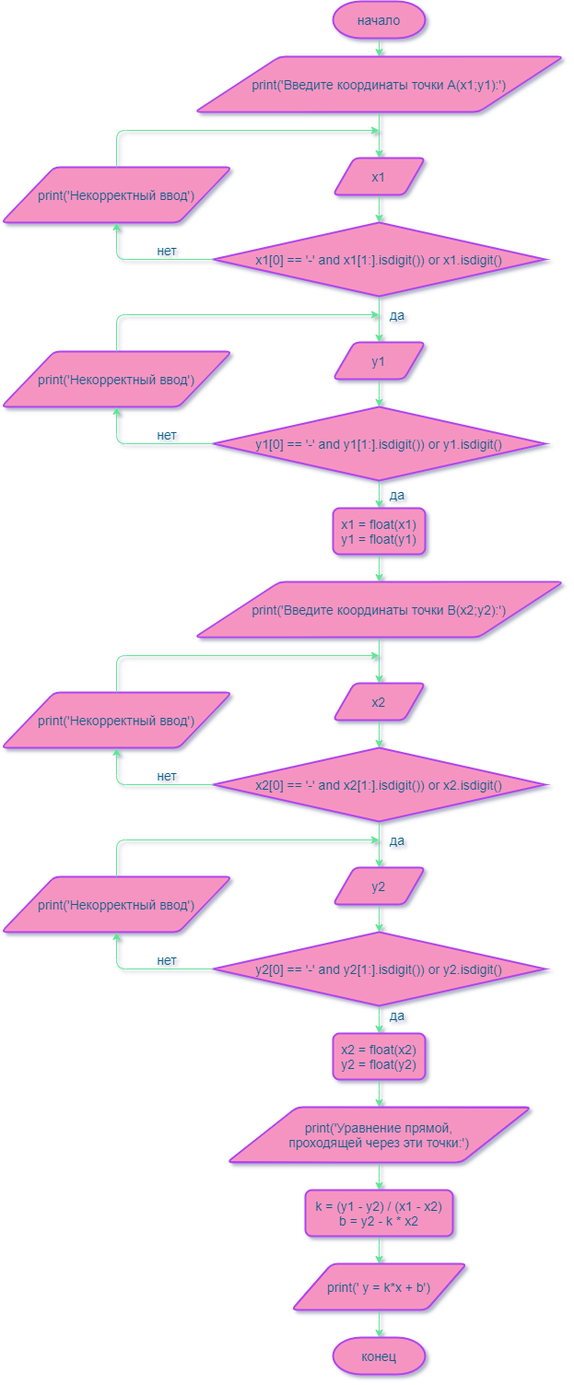
Above: exercise_3.png in impreza555/Python_algorithms (draw.io), before the change. Source tidied: cells renumbered, new cells last; positions are measured from the earlier drawing's top-left corner, leaving out a move shared by most shapes.
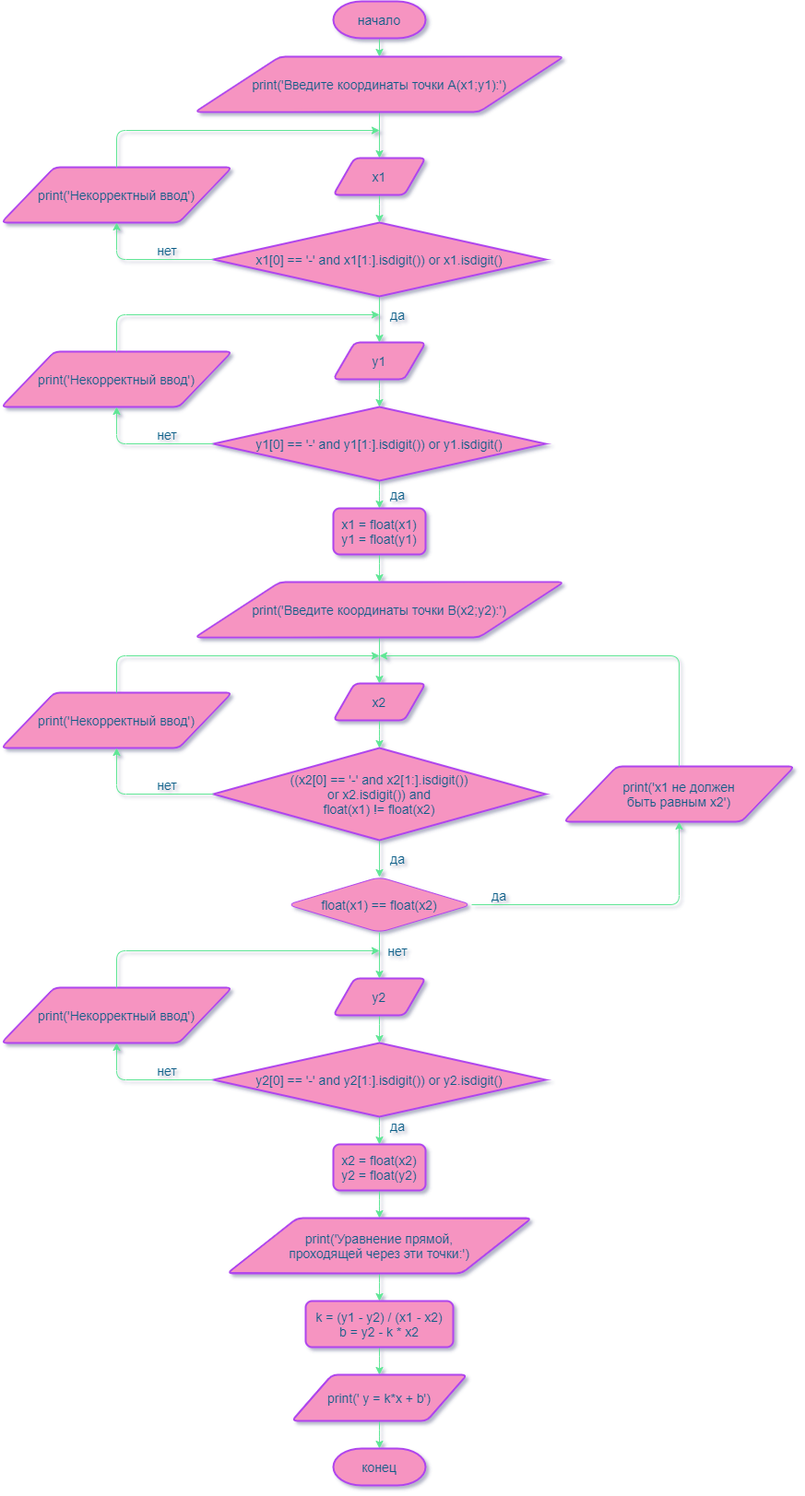
The same diagram one commit later.

Commit message:
Исправил упражнение 1.3

The edit, as a diff of the source:
```diff
@@ -98,11 +98,11 @@
     <mxCell id="27" value="&lt;font style=&quot;font-size: 14px&quot;&gt;x2&lt;/font&gt;" style="shape=parallelogram;html=1;strokeWidth=2;perimeter=parallelogramPerimeter;whiteSpace=wrap;arcSize=12;size=0.23;fillColor=#F694C1;strokeColor=#AF45ED;fontColor=#095C86;rounded=1;" parent="1" vertex="1">
       <mxGeometry x="360" y="740" width="100" height="40" as="geometry" />
     </mxCell>
-    <mxCell id="28" style="edgeStyle=orthogonalEdgeStyle;jettySize=auto;html=1;strokeColor=#60E696;fontColor=#095C86;" parent="1" edge="1" source="29" target="35">
-      <mxGeometry relative="1" as="geometry" />
-    </mxCell>
+    <mxCell id="55" style="edgeStyle=orthogonalEdgeStyle;jettySize=auto;html=1;strokeColor=#60E696;fontColor=#095C86;" parent="1" edge="1" source="29" target="57">
+      <mxGeometry relative="1" as="geometry" />
+    </mxCell>
-    <mxCell id="29" value="&lt;font style=&quot;font-size: 14px&quot;&gt;x2[0] == '-' and x2[1:].isdigit()) or x2.isdigit()&lt;/font&gt;" style="strokeWidth=2;html=1;shape=mxgraph.flowchart.decision;whiteSpace=wrap;fillColor=#F694C1;strokeColor=#AF45ED;fontColor=#095C86;rounded=1;" parent="1" vertex="1">
-      <mxGeometry x="230" y="810" width="360" height="80" as="geometry" />
+    <mxCell id="29" value="&lt;font style=&quot;font-size: 14px&quot;&gt;((x2[0] == '-' and x2[1:].isdigit())&lt;br&gt;or x2.isdigit()) and&lt;br&gt;float(x1) != float(x2)&lt;/font&gt;" style="strokeWidth=2;html=1;shape=mxgraph.flowchart.decision;whiteSpace=wrap;fillColor=#F694C1;strokeColor=#AF45ED;fontColor=#095C86;rounded=1;" parent="1" vertex="1">
+      <mxGeometry x="230" y="810" width="360" height="100" as="geometry" />
     </mxCell>
     <mxCell id="30" value="&lt;font style=&quot;font-size: 14px&quot;&gt;print('Некорректный ввод')&lt;/font&gt;" style="shape=parallelogram;html=1;strokeWidth=2;perimeter=parallelogramPerimeter;whiteSpace=wrap;arcSize=12;size=0.23;fillColor=#F694C1;strokeColor=#AF45ED;fontColor=#095C86;rounded=1;" parent="1" vertex="1">
       <mxGeometry y="750" width="250" height="60" as="geometry" />
@@ -110,7 +110,7 @@
     <mxCell id="31" style="endArrow=classic;html=1;exitX=0;exitY=0.5;exitDx=0;exitDy=0;exitPerimeter=0;entryX=0.5;entryY=1;entryDx=0;entryDy=0;strokeColor=#60E696;fontColor=#095C86;" parent="1" edge="1" source="29" target="30">
       <mxGeometry relative="1" as="geometry">
         <Array as="points">
-          <mxPoint x="125" y="850" />
+          <mxPoint x="125" y="860" />
         </Array>
       </mxGeometry>
     </mxCell>
@@ -123,46 +123,46 @@
       </mxGeometry>
     </mxCell>
     <mxCell id="33" value="&lt;font style=&quot;font-size: 14px&quot;&gt;нет&lt;/font&gt;" style="text;html=1;strokeColor=none;fillColor=none;align=center;verticalAlign=middle;whiteSpace=wrap;fontColor=#095C86;rounded=1;" parent="1" vertex="1">
-      <mxGeometry x="160" y="830" width="40" height="20" as="geometry" />
+      <mxGeometry x="160" y="840" width="40" height="20" as="geometry" />
     </mxCell>
     <mxCell id="34" style="edgeStyle=orthogonalEdgeStyle;jettySize=auto;html=1;strokeColor=#60E696;fontColor=#095C86;" parent="1" edge="1" source="35" target="37">
       <mxGeometry relative="1" as="geometry" />
     </mxCell>
     <mxCell id="35" value="&lt;font style=&quot;font-size: 14px&quot;&gt;y2&lt;/font&gt;" style="shape=parallelogram;html=1;strokeWidth=2;perimeter=parallelogramPerimeter;whiteSpace=wrap;arcSize=12;size=0.23;fillColor=#F694C1;strokeColor=#AF45ED;fontColor=#095C86;rounded=1;" parent="1" vertex="1">
-      <mxGeometry x="360" y="940" width="100" height="40" as="geometry" />
+      <mxGeometry x="360" y="1060" width="100" height="40" as="geometry" />
     </mxCell>
     <mxCell id="36" style="edgeStyle=orthogonalEdgeStyle;jettySize=auto;html=1;strokeColor=#60E696;fontColor=#095C86;" parent="1" edge="1" source="37" target="47">
       <mxGeometry relative="1" as="geometry" />
     </mxCell>
     <mxCell id="37" value="&lt;font style=&quot;font-size: 14px&quot;&gt;y2[0] == '-' and y2[1:].isdigit()) or y2.isdigit()&lt;/font&gt;" style="strokeWidth=2;html=1;shape=mxgraph.flowchart.decision;whiteSpace=wrap;fillColor=#F694C1;strokeColor=#AF45ED;fontColor=#095C86;rounded=1;" parent="1" vertex="1">
-      <mxGeometry x="230" y="1010" width="360" height="80" as="geometry" />
+      <mxGeometry x="230" y="1130" width="360" height="80" as="geometry" />
     </mxCell>
     <mxCell id="38" value="&lt;font style=&quot;font-size: 14px&quot;&gt;print('Некорректный ввод')&lt;/font&gt;" style="shape=parallelogram;html=1;strokeWidth=2;perimeter=parallelogramPerimeter;whiteSpace=wrap;arcSize=12;size=0.23;fillColor=#F694C1;strokeColor=#AF45ED;fontColor=#095C86;rounded=1;" parent="1" vertex="1">
-      <mxGeometry y="950" width="250" height="60" as="geometry" />
+      <mxGeometry y="1070" width="250" height="60" as="geometry" />
     </mxCell>
     <mxCell id="39" style="endArrow=classic;html=1;exitX=0;exitY=0.5;exitDx=0;exitDy=0;exitPerimeter=0;entryX=0.5;entryY=1;entryDx=0;entryDy=0;strokeColor=#60E696;fontColor=#095C86;" parent="1" edge="1" source="37" target="38">
       <mxGeometry relative="1" as="geometry">
         <Array as="points">
-          <mxPoint x="125" y="1050" />
+          <mxPoint x="125" y="1170" />
         </Array>
       </mxGeometry>
     </mxCell>
     <mxCell id="40" style="endArrow=classic;html=1;exitX=0.5;exitY=0;exitDx=0;exitDy=0;strokeColor=#60E696;fontColor=#095C86;" parent="1" edge="1" source="38">
       <mxGeometry relative="1" as="geometry">
-        <mxPoint x="410" y="910" as="targetPoint" />
+        <mxPoint x="410" y="1030" as="targetPoint" />
         <Array as="points">
-          <mxPoint x="125" y="910" />
+          <mxPoint x="125" y="1030" />
         </Array>
       </mxGeometry>
     </mxCell>
     <mxCell id="41" value="&lt;font style=&quot;font-size: 14px&quot;&gt;нет&lt;/font&gt;" style="text;html=1;strokeColor=none;fillColor=none;align=center;verticalAlign=middle;whiteSpace=wrap;fontColor=#095C86;rounded=1;" parent="1" vertex="1">
-      <mxGeometry x="160" y="1030" width="40" height="20" as="geometry" />
+      <mxGeometry x="160" y="1150" width="40" height="20" as="geometry" />
     </mxCell>
     <mxCell id="42" value="&lt;font style=&quot;font-size: 14px&quot;&gt;да&lt;/font&gt;" style="text;html=1;strokeColor=none;fillColor=none;align=center;verticalAlign=middle;whiteSpace=wrap;fontColor=#095C86;rounded=1;" parent="1" vertex="1">
-      <mxGeometry x="410" y="900" width="40" height="20" as="geometry" />
+      <mxGeometry x="410" y="920" width="40" height="20" as="geometry" />
     </mxCell>
     <mxCell id="43" value="&lt;font style=&quot;font-size: 14px&quot;&gt;да&lt;/font&gt;" style="text;html=1;strokeColor=none;fillColor=none;align=center;verticalAlign=middle;whiteSpace=wrap;fontColor=#095C86;rounded=1;" parent="1" vertex="1">
-      <mxGeometry x="410" y="1090" width="40" height="20" as="geometry" />
+      <mxGeometry x="410" y="1210" width="40" height="20" as="geometry" />
     </mxCell>
     <mxCell id="44" style="edgeStyle=orthogonalEdgeStyle;jettySize=auto;html=1;strokeColor=#60E696;fontColor=#095C86;" parent="1" edge="1" source="45" target="23">
       <mxGeometry relative="1" as="geometry" />
@@ -174,28 +174,58 @@
       <mxGeometry relative="1" as="geometry" />
     </mxCell>
     <mxCell id="47" value="&lt;div style=&quot;font-size: 14px&quot;&gt;&lt;font style=&quot;font-size: 14px&quot;&gt;x2 = float(x2)&lt;/font&gt;&lt;/div&gt;&lt;div style=&quot;font-size: 14px&quot;&gt;&lt;font style=&quot;font-size: 14px&quot;&gt;y2 = float(y2)&lt;/font&gt;&lt;/div&gt;" style="whiteSpace=wrap;html=1;absoluteArcSize=1;arcSize=14;strokeWidth=2;fillColor=#F694C1;strokeColor=#AF45ED;fontColor=#095C86;rounded=1;" parent="1" vertex="1">
-      <mxGeometry x="360" y="1120" width="100" height="50" as="geometry" />
+      <mxGeometry x="360" y="1240" width="100" height="50" as="geometry" />
     </mxCell>
     <mxCell id="48" style="edgeStyle=orthogonalEdgeStyle;jettySize=auto;html=1;strokeColor=#60E696;fontColor=#095C86;" parent="1" edge="1" source="49" target="51">
       <mxGeometry relative="1" as="geometry" />
     </mxCell>
     <mxCell id="49" value="&lt;font style=&quot;font-size: 14px&quot;&gt;print('Уравнение прямой,&lt;br&gt;проходящей через эти точки:')&lt;/font&gt;" style="shape=parallelogram;html=1;strokeWidth=2;perimeter=parallelogramPerimeter;whiteSpace=wrap;arcSize=12;size=0.23;fillColor=#F694C1;strokeColor=#AF45ED;fontColor=#095C86;rounded=1;" parent="1" vertex="1">
-      <mxGeometry x="245" y="1200" width="330" height="60" as="geometry" />
+      <mxGeometry x="245" y="1320" width="330" height="60" as="geometry" />
     </mxCell>
     <mxCell id="50" style="edgeStyle=orthogonalEdgeStyle;jettySize=auto;html=1;strokeColor=#60E696;fontColor=#095C86;" parent="1" edge="1" source="51" target="53">
       <mxGeometry relative="1" as="geometry" />
     </mxCell>
     <mxCell id="51" value="&lt;div style=&quot;font-size: 14px&quot;&gt;&lt;font style=&quot;font-size: 14px&quot;&gt;k = (y1 - y2) / (x1 - x2)&lt;/font&gt;&lt;/div&gt;&lt;div style=&quot;font-size: 14px&quot;&gt;&lt;span&gt;b = y2 - k * x2&lt;/span&gt;&lt;/div&gt;" style="whiteSpace=wrap;html=1;absoluteArcSize=1;arcSize=14;strokeWidth=2;fillColor=#F694C1;strokeColor=#AF45ED;fontColor=#095C86;rounded=1;" parent="1" vertex="1">
-      <mxGeometry x="330" y="1290" width="160" height="50" as="geometry" />
+      <mxGeometry x="330" y="1410" width="160" height="50" as="geometry" />
     </mxCell>
     <mxCell id="52" style="edgeStyle=orthogonalEdgeStyle;jettySize=auto;html=1;strokeColor=#60E696;fontColor=#095C86;" parent="1" edge="1" source="53" target="54">
       <mxGeometry relative="1" as="geometry" />
     </mxCell>
     <mxCell id="53" value="&lt;font style=&quot;font-size: 14px&quot;&gt;print(' y = k*x + b')&lt;/font&gt;" style="shape=parallelogram;html=1;strokeWidth=2;perimeter=parallelogramPerimeter;whiteSpace=wrap;arcSize=12;size=0.23;fillColor=#F694C1;strokeColor=#AF45ED;fontColor=#095C86;rounded=1;" parent="1" vertex="1">
-      <mxGeometry x="315" y="1370" width="190" height="50" as="geometry" />
+      <mxGeometry x="315" y="1490" width="190" height="50" as="geometry" />
     </mxCell>
     <mxCell id="54" value="&lt;font style=&quot;font-size: 14px&quot;&gt;конец&lt;/font&gt;" style="strokeWidth=2;html=1;shape=mxgraph.flowchart.terminator;whiteSpace=wrap;fillColor=#F694C1;strokeColor=#AF45ED;fontColor=#095C86;rounded=1;" parent="1" vertex="1">
-      <mxGeometry x="360" y="1450" width="100" height="40" as="geometry" />
+      <mxGeometry x="360" y="1570" width="100" height="40" as="geometry" />
     </mxCell>
+    <mxCell id="56" style="edgeStyle=orthogonalEdgeStyle;jettySize=auto;html=1;strokeColor=#60E696;fontColor=#095C86;" parent="1" edge="1" source="57" target="35">
+      <mxGeometry relative="1" as="geometry" />
+    </mxCell>
+    <mxCell id="57" value="&lt;font style=&quot;font-size: 14px&quot;&gt;float(x1) == float(x2)&lt;/font&gt;" style="rhombus;whiteSpace=wrap;html=1;rounded=1;fillColor=#F694C1;strokeColor=#AF45ED;fontColor=#095C86;" parent="1" vertex="1">
+      <mxGeometry x="310" y="950" width="200" height="60" as="geometry" />
+    </mxCell>
+    <mxCell id="58" value="&lt;font style=&quot;font-size: 14px&quot;&gt;print('x1 не должен&lt;br&gt;быть равным x2')&lt;/font&gt;" style="shape=parallelogram;html=1;strokeWidth=2;perimeter=parallelogramPerimeter;whiteSpace=wrap;arcSize=12;size=0.23;fillColor=#F694C1;strokeColor=#AF45ED;fontColor=#095C86;rounded=1;" parent="1" vertex="1">
+      <mxGeometry x="610" y="830" width="250" height="60" as="geometry" />
+    </mxCell>
+    <mxCell id="59" style="endArrow=classic;html=1;exitX=1;exitY=0.5;exitDx=0;exitDy=0;entryX=0.5;entryY=1;entryDx=0;entryDy=0;strokeColor=#60E696;fontColor=#095C86;" parent="1" edge="1" source="57" target="58">
+      <mxGeometry relative="1" as="geometry">
+        <Array as="points">
+          <mxPoint x="735" y="980" />
+        </Array>
+      </mxGeometry>
+    </mxCell>
+    <mxCell id="60" style="endArrow=classic;html=1;exitX=0.5;exitY=0;exitDx=0;exitDy=0;strokeColor=#60E696;fontColor=#095C86;" parent="1" edge="1" source="58">
+      <mxGeometry relative="1" as="geometry">
+        <mxPoint x="410" y="710" as="targetPoint" />
+        <Array as="points">
+          <mxPoint x="735" y="710" />
+        </Array>
+      </mxGeometry>
+    </mxCell>
+    <mxCell id="61" value="&lt;font style=&quot;font-size: 14px&quot;&gt;да&lt;/font&gt;" style="text;html=1;strokeColor=none;fillColor=none;align=center;verticalAlign=middle;whiteSpace=wrap;fontColor=#095C86;rounded=1;" parent="1" vertex="1">
+      <mxGeometry x="520" y="960" width="40" height="20" as="geometry" />
+    </mxCell>
+    <mxCell id="62" value="&lt;font style=&quot;font-size: 14px&quot;&gt;нет&lt;/font&gt;" style="text;html=1;strokeColor=none;fillColor=none;align=center;verticalAlign=middle;whiteSpace=wrap;fontColor=#095C86;rounded=1;" parent="1" vertex="1">
+      <mxGeometry x="410" y="1020" width="40" height="20" as="geometry" />
+    </mxCell>
   </root>
 </mxGraphModel>
```
